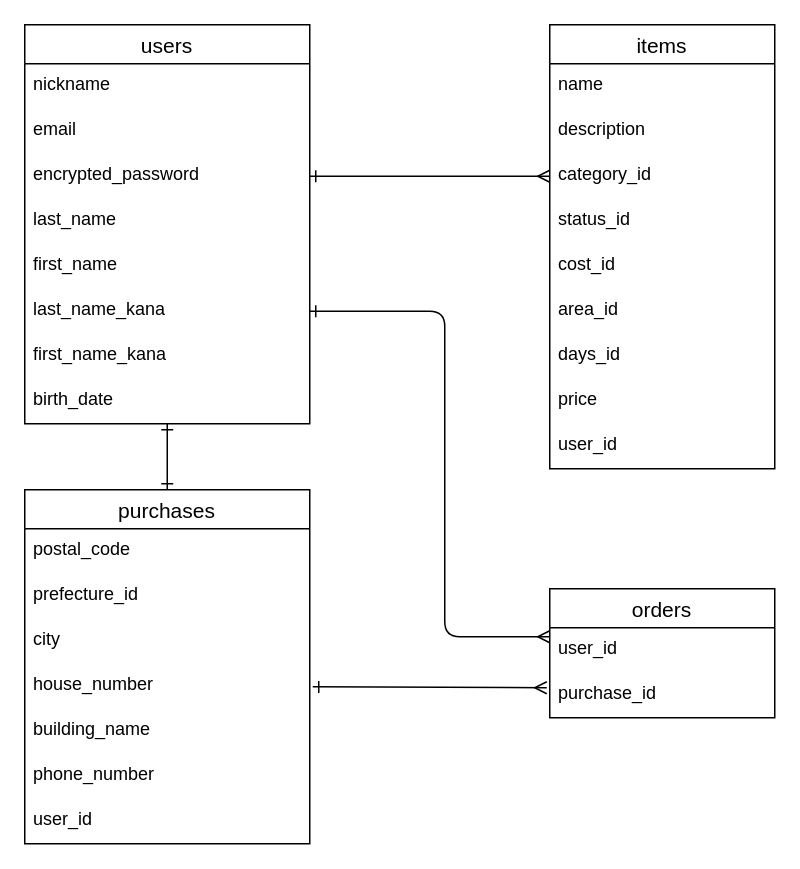
sfsf700/furima-38227 keeps this draw.io diagram as furima.dio. Above is the earlier version. Source tidied: cells renumbered, new cells numbered last; positions are measured from the earlier drawing's top-left corner, leaving out a move shared by most shapes. Both pictures are drawn from the tidied source at 150%, with x=0, y=0 at pixel (24, 24).
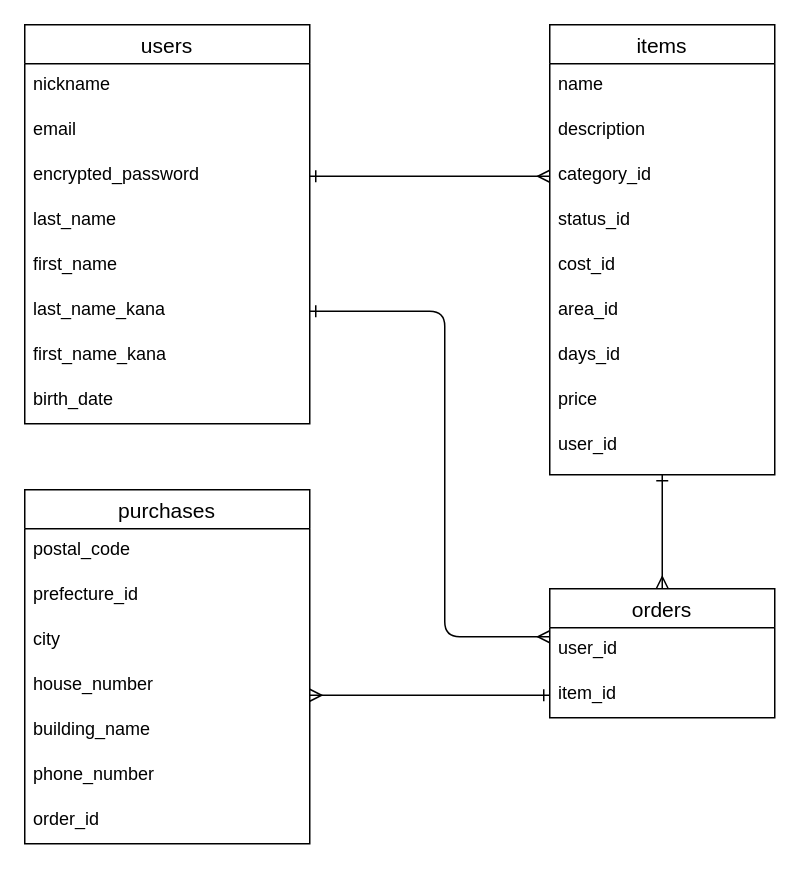
Above is the later version.

Commit message (it also covers changes not shown here):
データベースの設計の修正#2

Unchanged cells that the change refers to:
```xml
<mxCell id="20" value="birth_date" style="text;strokeColor=none;fillColor=none;spacingLeft=4;spacingRight=4;overflow=hidden;points=[[0,0.5],[1,0.5]];portConstraint=eastwest;fontSize=12;" parent="12" vertex="1">
  <mxGeometry y="236" width="190" height="30" as="geometry" />
</mxCell>
<mxCell id="23" value="purchases" style="swimlane;fontStyle=0;horizontal=1;startSize=26;align=center;fontSize=14;" parent="1" vertex="1">
  <mxGeometry y="310" width="190" height="236" as="geometry" />
</mxCell>
<mxCell id="31" value="orders" style="swimlane;fontStyle=0;horizontal=1;startSize=26;align=center;fontSize=14;" parent="1" vertex="1">
  <mxGeometry x="350" y="376" width="150" height="86" as="geometry" />
</mxCell>
```

Change to the diagram source:
```diff
@@
+    <mxCell id="36" style="edgeStyle=none;html=1;entryX=0.5;entryY=0;entryDx=0;entryDy=0;startArrow=ERone;startFill=0;endArrow=ERmany;endFill=0;" parent="1" edge="1" source="2" target="31">
+      <mxGeometry relative="1" as="geometry" />
+    </mxCell>
     <mxCell id="2" value="items" style="swimlane;fontStyle=0;horizontal=1;startSize=26;align=center;fontSize=14;" parent="1" vertex="1">
-      <mxGeometry x="350" width="150" height="296" as="geometry" />
+      <mxGeometry x="350" width="150" height="300" as="geometry" />
     </mxCell>
@@
     <mxCell id="11" value="user_id" style="text;strokeColor=none;fillColor=none;spacingLeft=4;spacingRight=4;overflow=hidden;fontSize=12;" parent="2" vertex="1">
-      <mxGeometry y="266" width="150" height="30" as="geometry" />
+      <mxGeometry y="266" width="150" height="34" as="geometry" />
     </mxCell>
@@
-    <mxCell id="22" style="edgeStyle=none;html=1;startArrow=ERone;startFill=0;endArrow=ERone;endFill=0;" parent="1" edge="1" source="23" target="20">
-      <mxGeometry relative="1" as="geometry" />
-    </mxCell>
@@
-    <mxCell id="30" value="user_id" style="text;strokeColor=none;fillColor=none;spacingLeft=4;spacingRight=4;overflow=hidden;fontSize=12;" parent="23" vertex="1">
-      <mxGeometry y="206" width="190" height="30" as="geometry" />
-    </mxCell>
+    <mxCell id="37" value="order_id" style="text;strokeColor=none;fillColor=none;spacingLeft=4;spacingRight=4;overflow=hidden;fontSize=12;" parent="23" vertex="1">
+      <mxGeometry y="206" width="190" height="30" as="geometry" />
+    </mxCell>
@@
-    <mxCell id="33" value="purchase_id" style="text;strokeColor=none;fillColor=none;spacingLeft=4;spacingRight=4;overflow=hidden;points=[[0,0.5],[1,0.5]];portConstraint=eastwest;fontSize=12;" parent="31" vertex="1">
+    <mxCell id="33" value="item_id" style="text;strokeColor=none;fillColor=none;spacingLeft=4;spacingRight=4;overflow=hidden;points=[[0,0.5],[1,0.5]];portConstraint=eastwest;fontSize=12;" parent="31" vertex="1">
       <mxGeometry y="56" width="150" height="30" as="geometry" />
     </mxCell>
@@
-    <mxCell id="35" style="edgeStyle=none;html=1;entryX=-0.024;entryY=0.319;entryDx=0;entryDy=0;entryPerimeter=0;startArrow=ERone;startFill=0;endArrow=ERmany;endFill=0;" parent="1" edge="1">
-      <mxGeometry relative="1" as="geometry">
-        <mxPoint x="192" y="441.4" as="sourcePoint" />
-        <mxPoint x="348.4" y="441.6" as="targetPoint" />
-        <Array as="points">
-          <mxPoint x="348" y="442" />
-        </Array>
-      </mxGeometry>
-    </mxCell>
+    <mxCell id="38" style="edgeStyle=none;html=1;exitX=0;exitY=0.5;exitDx=0;exitDy=0;startArrow=ERone;startFill=0;endArrow=ERmany;endFill=0;" parent="1" edge="1" source="33">
+      <mxGeometry relative="1" as="geometry">
+        <mxPoint x="190" y="447" as="targetPoint" />
+      </mxGeometry>
+    </mxCell>
```
